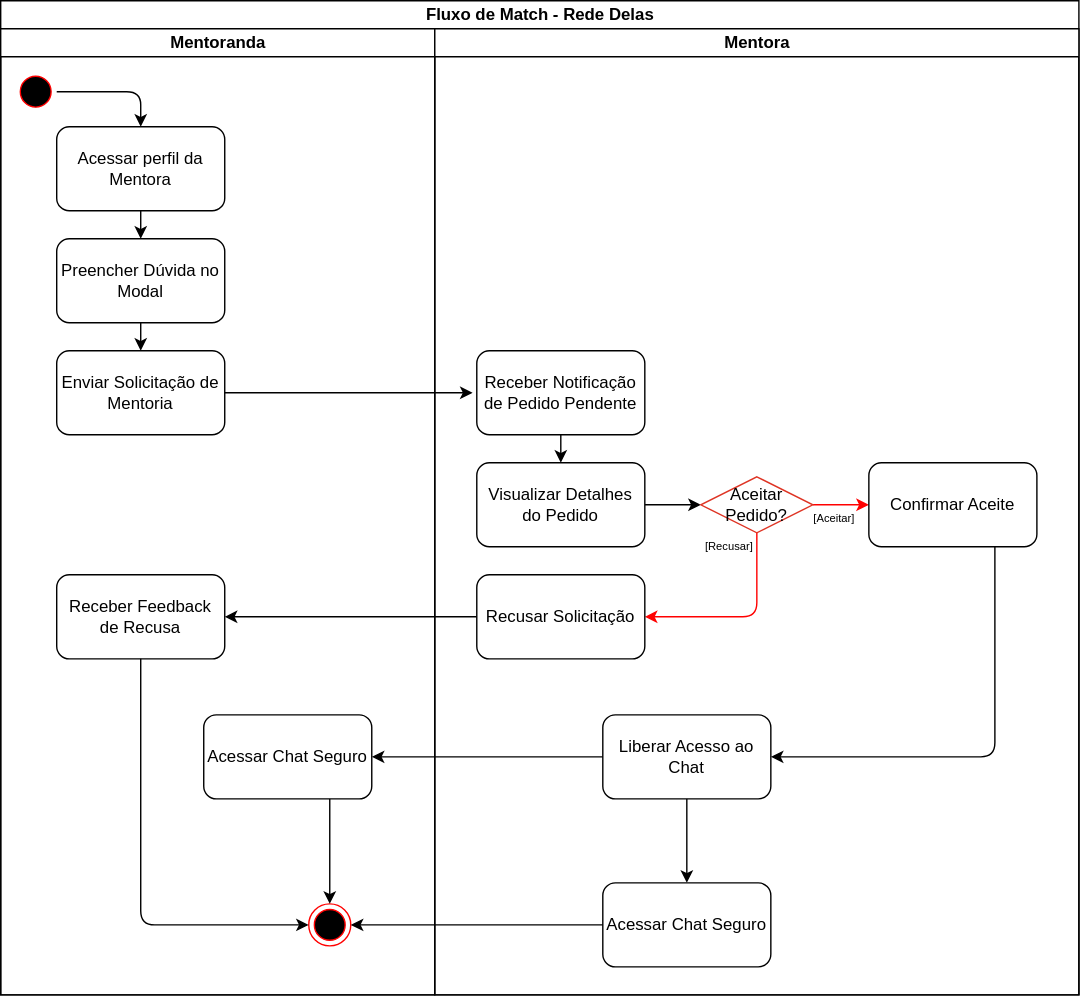
Above: modeling/atividades_mentoria.drawio.svg in Thakirian/rede-elas-stem (draw.io), before the change. Source tidied: cells renumbered, new cells last; positions are measured from the earlier drawing's top-left corner, leaving out a move shared by most shapes. The source it was exported from:
```xml
<mxGraphModel background="#ffffff">
  <root>
    <mxCell id="0" />
    <mxCell id="1" parent="0" />
    <mxCell id="2" value="Fluxo de Match - Rede Delas" style="swimlane;startSize=20;html=1;" parent="1" vertex="1">
      <mxGeometry width="770" height="710" as="geometry" />
    </mxCell>
    <mxCell id="3" value="Mentoranda" style="swimlane;startSize=20;html=1;" parent="2" vertex="1">
      <mxGeometry y="20" width="310" height="690" as="geometry" />
    </mxCell>
    <mxCell id="4" style="edgeStyle=none;html=1;exitX=1;exitY=0.5;exitDx=0;exitDy=0;entryX=0.5;entryY=0;entryDx=0;entryDy=0;" parent="3" edge="1" source="5" target="7">
      <mxGeometry relative="1" as="geometry">
        <Array as="points">
          <mxPoint x="100" y="45" />
        </Array>
      </mxGeometry>
    </mxCell>
    <mxCell id="5" style="ellipse;html=1;shape=startState;fillColor=#000000;strokeColor=#ff0000;" parent="3" vertex="1">
      <mxGeometry x="10" y="30" width="30" height="30" as="geometry" />
    </mxCell>
    <mxCell id="6" style="edgeStyle=none;html=1;exitX=0.5;exitY=1;exitDx=0;exitDy=0;entryX=0.5;entryY=0;entryDx=0;entryDy=0;" parent="3" edge="1" source="7" target="9">
      <mxGeometry relative="1" as="geometry" />
    </mxCell>
    <mxCell id="7" value="Acessar perfil da Mentora" style="rounded=1;whiteSpace=wrap;html=1;" parent="3" vertex="1">
      <mxGeometry x="40" y="70" width="120" height="60" as="geometry" />
    </mxCell>
    <mxCell id="8" style="edgeStyle=none;html=1;exitX=0.5;exitY=1;exitDx=0;exitDy=0;entryX=0.5;entryY=0;entryDx=0;entryDy=0;" parent="3" edge="1" source="9" target="10">
      <mxGeometry relative="1" as="geometry" />
    </mxCell>
    <mxCell id="9" value="Preencher Dúvida no Modal" style="rounded=1;whiteSpace=wrap;html=1;" parent="3" vertex="1">
      <mxGeometry x="40" y="150" width="120" height="60" as="geometry" />
    </mxCell>
    <mxCell id="10" value="Enviar Solicitação de Mentoria" style="rounded=1;whiteSpace=wrap;html=1;" parent="3" vertex="1">
      <mxGeometry x="40" y="230" width="120" height="60" as="geometry" />
    </mxCell>
    <mxCell id="11" value="Receber Feedback de Recusa" style="rounded=1;whiteSpace=wrap;html=1;" parent="3" vertex="1">
      <mxGeometry x="40" y="390" width="120" height="60" as="geometry" />
    </mxCell>
    <mxCell id="12" style="ellipse;html=1;shape=endState;fillColor=#000000;strokeColor=#ff0000;" parent="3" vertex="1">
      <mxGeometry x="220" y="625" width="30" height="30" as="geometry" />
    </mxCell>
    <mxCell id="13" style="edgeStyle=none;html=1;exitX=0.5;exitY=1;exitDx=0;exitDy=0;entryX=0;entryY=0.5;entryDx=0;entryDy=0;" parent="3" edge="1" source="11" target="12">
      <mxGeometry relative="1" as="geometry">
        <Array as="points">
          <mxPoint x="100" y="640" />
        </Array>
      </mxGeometry>
    </mxCell>
    <mxCell id="14" style="edgeStyle=none;html=1;exitX=0.75;exitY=1;exitDx=0;exitDy=0;entryX=0.5;entryY=0;entryDx=0;entryDy=0;" parent="3" edge="1" source="15" target="12">
      <mxGeometry relative="1" as="geometry" />
    </mxCell>
    <mxCell id="15" value="Acessar Chat Seguro" style="rounded=1;whiteSpace=wrap;html=1;" parent="3" vertex="1">
      <mxGeometry x="145" y="490" width="120" height="60" as="geometry" />
    </mxCell>
    <mxCell id="16" style="edgeStyle=none;html=1;entryX=-0.025;entryY=0.5;entryDx=0;entryDy=0;entryPerimeter=0;" parent="2" edge="1" source="10" target="20">
      <mxGeometry relative="1" as="geometry" />
    </mxCell>
    <mxCell id="17" style="edgeStyle=none;html=1;exitX=0;exitY=0.5;exitDx=0;exitDy=0;entryX=1;entryY=0.5;entryDx=0;entryDy=0;" parent="2" edge="1" source="26" target="11">
      <mxGeometry relative="1" as="geometry" />
    </mxCell>
    <mxCell id="18" value="Mentora" style="swimlane;startSize=20;html=1;" parent="2" vertex="1">
      <mxGeometry x="310" y="20" width="460" height="690" as="geometry" />
    </mxCell>
    <mxCell id="19" style="edgeStyle=none;html=1;exitX=0.5;exitY=1;exitDx=0;exitDy=0;entryX=0.5;entryY=0;entryDx=0;entryDy=0;" parent="18" edge="1" source="20" target="22">
      <mxGeometry relative="1" as="geometry" />
    </mxCell>
    <mxCell id="20" value="Receber Notificação de Pedido Pendente" style="rounded=1;whiteSpace=wrap;html=1;" parent="18" vertex="1">
      <mxGeometry x="30" y="230" width="120" height="60" as="geometry" />
    </mxCell>
    <mxCell id="21" style="edgeStyle=none;html=1;exitX=1;exitY=0.5;exitDx=0;exitDy=0;entryX=0;entryY=0.5;entryDx=0;entryDy=0;" parent="18" edge="1" source="22" target="25">
      <mxGeometry relative="1" as="geometry" />
    </mxCell>
    <mxCell id="22" value="Visualizar Detalhes do Pedido" style="rounded=1;whiteSpace=wrap;html=1;" parent="18" vertex="1">
      <mxGeometry x="30" y="310" width="120" height="60" as="geometry" />
    </mxCell>
    <mxCell id="23" style="edgeStyle=none;html=1;exitX=0.5;exitY=1;exitDx=0;exitDy=0;entryX=1;entryY=0.5;entryDx=0;entryDy=0;strokeColor=#FF0000;" parent="18" edge="1" source="25" target="26">
      <mxGeometry relative="1" as="geometry">
        <Array as="points">
          <mxPoint x="230" y="420" />
        </Array>
      </mxGeometry>
    </mxCell>
    <mxCell id="24" style="edgeStyle=none;html=1;exitX=1;exitY=0.5;exitDx=0;exitDy=0;entryX=0;entryY=0.5;entryDx=0;entryDy=0;strokeColor=#FF0000;" parent="18" edge="1" source="25" target="29">
      <mxGeometry relative="1" as="geometry" />
    </mxCell>
    <mxCell id="25" value="Aceitar Pedido?" style="rhombus;whiteSpace=wrap;html=1;fontColor=#000000;fillColor=light-dark(#ffffff, #1a1a00);strokeColor=light-dark(#de3323, #ff9090);" parent="18" vertex="1">
      <mxGeometry x="190" y="320" width="80" height="40" as="geometry" />
    </mxCell>
    <mxCell id="26" value="Recusar Solicitação" style="rounded=1;whiteSpace=wrap;html=1;" parent="18" vertex="1">
      <mxGeometry x="30" y="390" width="120" height="60" as="geometry" />
    </mxCell>
    <mxCell id="27" value="[Recusar]" style="text;html=1;align=center;verticalAlign=middle;strokeColor=none;fillColor=none;fontSize=8;" parent="18" vertex="1">
      <mxGeometry x="180" y="360" width="60" height="20" as="geometry" />
    </mxCell>
    <mxCell id="28" style="edgeStyle=none;html=1;exitX=0.75;exitY=1;exitDx=0;exitDy=0;entryX=1;entryY=0.5;entryDx=0;entryDy=0;" parent="18" edge="1" source="29" target="32">
      <mxGeometry relative="1" as="geometry">
        <Array as="points">
          <mxPoint x="400" y="520" />
        </Array>
      </mxGeometry>
    </mxCell>
    <mxCell id="29" value="Confirmar Aceite" style="rounded=1;whiteSpace=wrap;html=1;" parent="18" vertex="1">
      <mxGeometry x="310" y="310" width="120" height="60" as="geometry" />
    </mxCell>
    <mxCell id="30" value="[Aceitar]" style="text;html=1;align=center;verticalAlign=middle;strokeColor=none;fillColor=none;fontSize=8;" parent="18" vertex="1">
      <mxGeometry x="260" y="340" width="50" height="20" as="geometry" />
    </mxCell>
    <mxCell id="31" style="edgeStyle=none;html=1;exitX=0.5;exitY=1;exitDx=0;exitDy=0;entryX=0.5;entryY=0;entryDx=0;entryDy=0;" parent="18" edge="1" source="32" target="33">
      <mxGeometry relative="1" as="geometry" />
    </mxCell>
    <mxCell id="32" value="Liberar Acesso ao Chat" style="rounded=1;whiteSpace=wrap;html=1;" parent="18" vertex="1">
      <mxGeometry x="120" y="490" width="120" height="60" as="geometry" />
    </mxCell>
    <mxCell id="33" value="Acessar Chat Seguro" style="rounded=1;whiteSpace=wrap;html=1;" parent="18" vertex="1">
      <mxGeometry x="120" y="610" width="120" height="60" as="geometry" />
    </mxCell>
    <mxCell id="34" style="edgeStyle=none;html=1;exitX=0;exitY=0.5;exitDx=0;exitDy=0;" parent="2" edge="1" source="32" target="15">
      <mxGeometry relative="1" as="geometry" />
    </mxCell>
    <mxCell id="35" style="edgeStyle=none;html=1;exitX=0;exitY=0.5;exitDx=0;exitDy=0;entryX=1;entryY=0.5;entryDx=0;entryDy=0;" parent="2" edge="1" source="33" target="12">
      <mxGeometry relative="1" as="geometry" />
    </mxCell>
  </root>
</mxGraphModel>
```
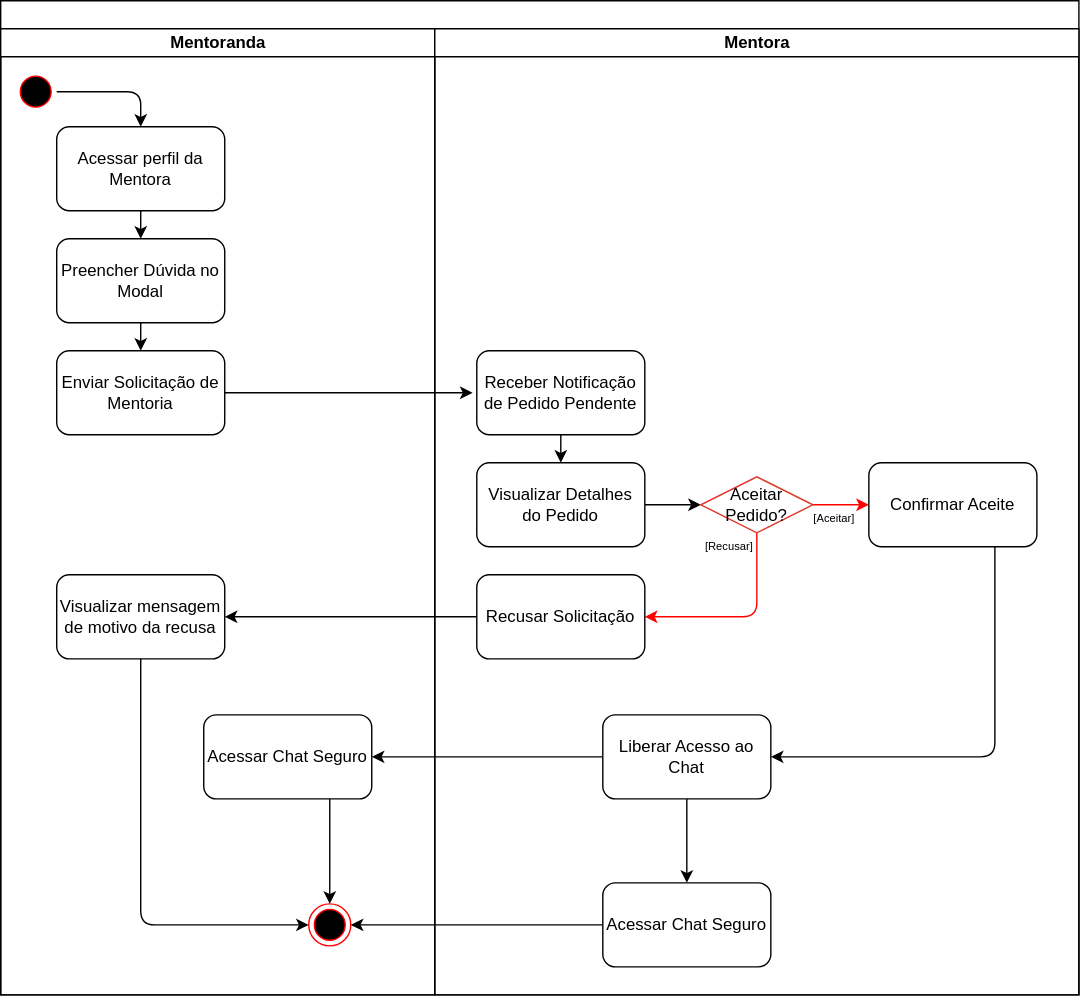
After the change.

Commit message:
docs: ajusta responsabilidade de acoes e semantica nos diagramas de autenticacao e mentoria

Change to the diagram source:
```diff
@@ -2,7 +2,7 @@
   <root>
     <mxCell id="0" />
     <mxCell id="1" parent="0" />
-    <mxCell id="2" value="Fluxo de Match - Rede Delas" style="swimlane;startSize=20;html=1;" parent="1" vertex="1">
+    <mxCell id="2" value=" " style="swimlane;startSize=20;html=1;" parent="1" vertex="1">
       <mxGeometry width="770" height="710" as="geometry" />
     </mxCell>
     <mxCell id="3" value="Mentoranda" style="swimlane;startSize=20;html=1;" parent="2" vertex="1">
@@ -33,7 +33,7 @@
     <mxCell id="10" value="Enviar Solicitação de Mentoria" style="rounded=1;whiteSpace=wrap;html=1;" parent="3" vertex="1">
       <mxGeometry x="40" y="230" width="120" height="60" as="geometry" />
     </mxCell>
-    <mxCell id="11" value="Receber Feedback de Recusa" style="rounded=1;whiteSpace=wrap;html=1;" parent="3" vertex="1">
+    <mxCell id="11" value="Visualizar mensagem de motivo da recusa" style="rounded=1;whiteSpace=wrap;html=1;" parent="3" vertex="1">
       <mxGeometry x="40" y="390" width="120" height="60" as="geometry" />
     </mxCell>
     <mxCell id="12" style="ellipse;html=1;shape=endState;fillColor=#000000;strokeColor=#ff0000;" parent="3" vertex="1">
```
